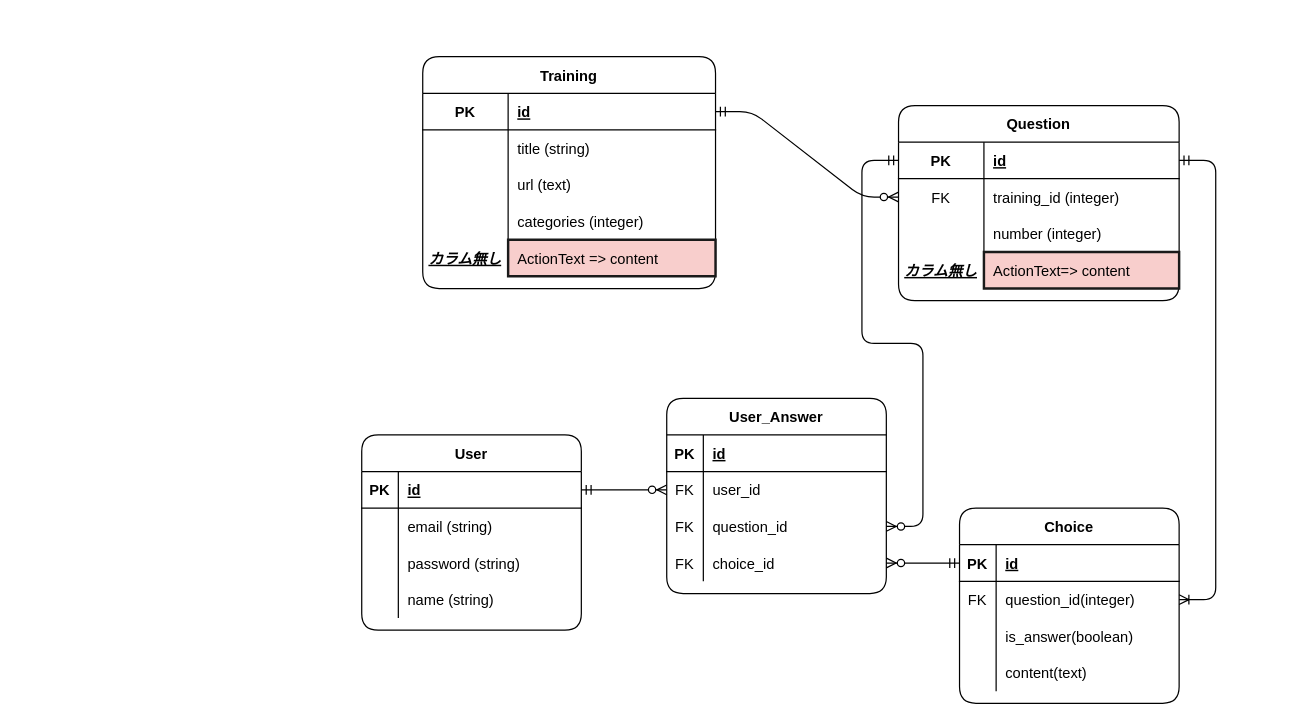
The draw.io diagram page "自分アプリ用" (1 of 2) of models.drawio in Yuluki-10/quiz-app, before the edit. Source tidied: cells renumbered, new cells numbered last; positions are measured from the earlier drawing's top-left corner, leaving out a move shared by most shapes. Both pictures are drawn from the tidied source at 122%, with x=0, y=0 at pixel (361, 56).
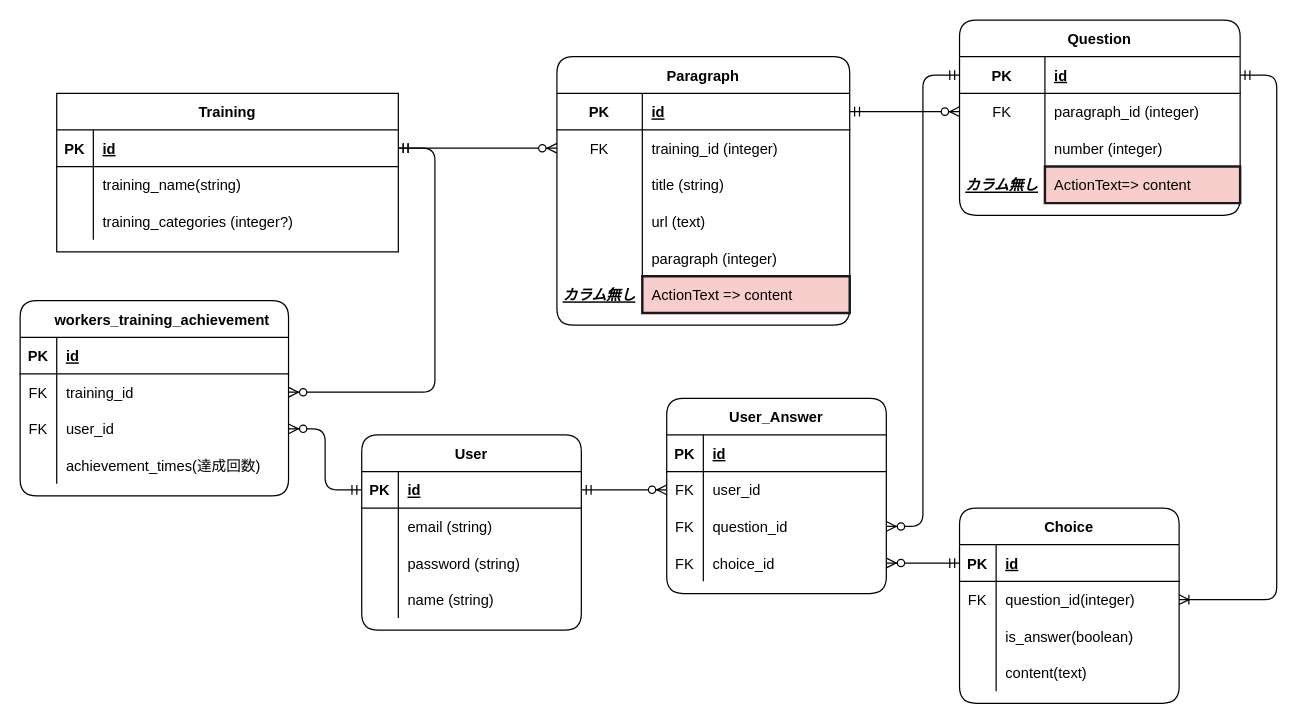
The same diagram, later.

The change refers to these unchanged cells:
```xml
<mxCell id="6" style="shape=partialRectangle;fillColor=none;top=0;left=0;bottom=0;right=0;points=[[0,0.5],[1,0.5]];portConstraint=eastwest;rounded=1;" parent="2" vertex="1">
  <mxGeometry y="60" width="240" height="30" as="geometry" />
</mxCell>
<mxCell id="19" style="shape=partialRectangle;fillColor=none;top=0;left=0;bottom=1;right=0;points=[[0,0.5],[1,0.5]];portConstraint=eastwest;rounded=1;" parent="18" vertex="1">
  <mxGeometry y="30" width="230" height="30" as="geometry" />
</mxCell>
<mxCell id="22" style="shape=partialRectangle;fillColor=none;top=0;left=0;bottom=0;right=0;points=[[0,0.5],[1,0.5]];portConstraint=eastwest;rounded=1;" parent="18" vertex="1">
  <mxGeometry y="60" width="230" height="30" as="geometry" />
</mxCell>
<mxCell id="32" style="shape=partialRectangle;fillColor=none;top=0;left=0;bottom=1;right=0;points=[[0,0.5],[1,0.5]];portConstraint=eastwest;rounded=1;" parent="31" vertex="1">
  <mxGeometry y="30" width="180" height="30" as="geometry" />
</mxCell>
<mxCell id="48" style="shape=partialRectangle;fillColor=none;top=0;left=0;bottom=0;right=0;points=[[0,0.5],[1,0.5]];portConstraint=eastwest;rounded=1;" parent="44" vertex="1">
  <mxGeometry y="60" width="180" height="30" as="geometry" />
</mxCell>
```

The edit, as a diff of the source:
```diff
@@
-    <mxCell id="2" value="Training" style="shape=table;startSize=30;childLayout=tableLayout;rowLines=0;fontStyle=1;align=center;rounded=1;" parent="1" vertex="1">
-      <mxGeometry x="50" width="240" height="190" as="geometry" />
+    <mxCell id="2" value="Paragraph" style="shape=table;startSize=30;childLayout=tableLayout;rowLines=0;fontStyle=1;align=center;rounded=1;" parent="1" vertex="1">
+      <mxGeometry x="160" width="240" height="220" as="geometry" />
     </mxCell>
@@
-    <mxCell id="7" style="shape=partialRectangle;fillColor=none;top=0;left=0;bottom=0;right=0;overflow=hidden;rounded=1;" parent="6" vertex="1">
+    <mxCell id="7" value="FK" style="shape=partialRectangle;fillColor=none;top=0;left=0;bottom=0;right=0;overflow=hidden;rounded=1;" parent="6" vertex="1">
       <mxGeometry width="70" height="30" as="geometry" />
     </mxCell>
-    <mxCell id="8" value="title (string)" style="shape=partialRectangle;fillColor=none;top=0;left=0;bottom=0;right=0;align=left;spacingLeft=6;overflow=hidden;rounded=1;" parent="6" vertex="1">
+    <mxCell id="8" value="training_id (integer)" style="shape=partialRectangle;fillColor=none;top=0;left=0;bottom=0;right=0;align=left;spacingLeft=6;overflow=hidden;rounded=1;" parent="6" vertex="1">
       <mxGeometry x="70" width="170" height="30" as="geometry" />
     </mxCell>
+    <mxCell id="75" style="shape=partialRectangle;fillColor=none;top=0;left=0;bottom=0;right=0;rounded=1;" parent="2" vertex="1">
+      <mxGeometry y="90" width="240" height="30" as="geometry" />
+    </mxCell>
+    <mxCell id="76" style="shape=partialRectangle;fillColor=none;top=0;left=0;bottom=0;right=0;overflow=hidden;rounded=1;" parent="75" vertex="1">
+      <mxGeometry width="70" height="30" as="geometry" />
+    </mxCell>
+    <mxCell id="77" value="title (string)" style="shape=partialRectangle;fillColor=none;top=0;left=0;bottom=0;right=0;align=left;spacingLeft=6;overflow=hidden;rounded=1;" parent="75" vertex="1">
+      <mxGeometry x="70" width="170" height="30" as="geometry" />
+    </mxCell>
     <mxCell id="9" style="shape=partialRectangle;fillColor=none;top=0;left=0;bottom=0;right=0;rounded=1;" parent="2" vertex="1">
-      <mxGeometry y="90" width="240" height="30" as="geometry" />
+      <mxGeometry y="120" width="240" height="30" as="geometry" />
     </mxCell>
@@
     <mxCell id="12" style="shape=partialRectangle;fillColor=none;top=0;left=0;bottom=0;right=0;rounded=1;" parent="2" vertex="1">
-      <mxGeometry y="120" width="240" height="30" as="geometry" />
+      <mxGeometry y="150" width="240" height="30" as="geometry" />
     </mxCell>
@@
-    <mxCell id="14" value="categories (integer)" style="shape=partialRectangle;fillColor=none;top=0;left=0;bottom=0;right=0;align=left;spacingLeft=6;overflow=hidden;rounded=1;" parent="12" vertex="1">
+    <mxCell id="14" value="paragraph (integer)" style="shape=partialRectangle;fillColor=none;top=0;left=0;bottom=0;right=0;align=left;spacingLeft=6;overflow=hidden;rounded=1;" parent="12" vertex="1">
       <mxGeometry x="70" width="170" height="30" as="geometry" />
     </mxCell>
     <mxCell id="15" style="shape=partialRectangle;fillColor=none;top=0;left=0;bottom=0;right=0;rounded=1;fontStyle=1;" parent="2" vertex="1">
-      <mxGeometry y="150" width="240" height="30" as="geometry" />
+      <mxGeometry y="180" width="240" height="30" as="geometry" />
     </mxCell>
@@
     <mxCell id="18" value="Question" style="shape=table;startSize=30;childLayout=tableLayout;rowLines=0;fontStyle=1;align=center;rounded=1;" parent="1" vertex="1">
-      <mxGeometry x="440" y="40" width="230" height="160" as="geometry" />
+      <mxGeometry x="490" y="-30" width="230" height="160" as="geometry" />
     </mxCell>
@@
-    <mxCell id="24" value="training_id (integer)" style="shape=partialRectangle;fillColor=none;top=0;left=0;bottom=0;right=0;align=left;spacingLeft=6;overflow=hidden;rounded=1;" parent="22" vertex="1">
+    <mxCell id="24" value="paragraph_id (integer)" style="shape=partialRectangle;fillColor=none;top=0;left=0;bottom=0;right=0;align=left;spacingLeft=6;overflow=hidden;rounded=1;" parent="22" vertex="1">
       <mxGeometry x="70" width="160" height="30" as="geometry" />
     </mxCell>
@@
-    <mxCell id="73" style="edgeStyle=entityRelationEdgeStyle;fontSize=12;html=1;endArrow=ERoneToMany;startArrow=ERmandOne;exitX=1;exitY=0.5;exitDx=0;exitDy=0;entryX=1;entryY=0.5;entryDx=0;entryDy=0;rounded=1;" parent="1" edge="1" source="19" target="48">
+    <mxCell id="73" style="edgeStyle=entityRelationEdgeStyle;fontSize=12;html=1;endArrow=ERoneToMany;startArrow=ERmandOne;entryX=1;entryY=0.5;entryDx=0;entryDy=0;rounded=1;" parent="1" edge="1" source="19" target="48">
       <mxGeometry relative="1" as="geometry" />
     </mxCell>
@@
+    <mxCell id="78" value="Training" style="shape=table;startSize=30;childLayout=tableLayout;rowLines=0;fontStyle=1;align=center;" parent="1" vertex="1">
+      <mxGeometry x="-250" y="30" width="280" height="130" as="geometry" />
+    </mxCell>
+    <mxCell id="79" style="shape=partialRectangle;fillColor=none;top=0;left=0;bottom=1;right=0;points=[[0,0.5],[1,0.5]];portConstraint=eastwest;" parent="78" vertex="1">
+      <mxGeometry y="30" width="280" height="30" as="geometry" />
+    </mxCell>
+    <mxCell id="80" value="PK" style="shape=partialRectangle;fillColor=none;top=0;left=0;bottom=0;right=0;fontStyle=1;overflow=hidden;" parent="79" vertex="1">
+      <mxGeometry width="30" height="30" as="geometry" />
+    </mxCell>
+    <mxCell id="81" value="id" style="shape=partialRectangle;fillColor=none;top=0;left=0;bottom=0;right=0;align=left;spacingLeft=6;fontStyle=5;overflow=hidden;" parent="79" vertex="1">
+      <mxGeometry x="30" width="250" height="30" as="geometry" />
+    </mxCell>
+    <mxCell id="82" style="shape=partialRectangle;fillColor=none;top=0;left=0;bottom=0;right=0;" parent="78" vertex="1">
+      <mxGeometry y="60" width="280" height="30" as="geometry" />
+    </mxCell>
+    <mxCell id="83" style="shape=partialRectangle;fillColor=none;top=0;left=0;bottom=0;right=0;overflow=hidden;" parent="82" vertex="1">
+      <mxGeometry width="30" height="30" as="geometry" />
+    </mxCell>
+    <mxCell id="84" value="training_name(string)" style="shape=partialRectangle;fillColor=none;top=0;left=0;bottom=0;right=0;align=left;spacingLeft=6;overflow=hidden;" parent="82" vertex="1">
+      <mxGeometry x="30" width="250" height="30" as="geometry" />
+    </mxCell>
+    <mxCell id="85" style="shape=partialRectangle;fillColor=none;top=0;left=0;bottom=0;right=0;" parent="78" vertex="1">
+      <mxGeometry y="90" width="280" height="30" as="geometry" />
+    </mxCell>
+    <mxCell id="86" style="shape=partialRectangle;fillColor=none;top=0;left=0;bottom=0;right=0;overflow=hidden;" parent="85" vertex="1">
+      <mxGeometry width="30" height="30" as="geometry" />
+    </mxCell>
+    <mxCell id="87" value="training_categories (integer?)" style="shape=partialRectangle;fillColor=none;top=0;left=0;bottom=0;right=0;align=left;spacingLeft=6;overflow=hidden;" parent="85" vertex="1">
+      <mxGeometry x="30" width="250" height="30" as="geometry" />
+    </mxCell>
+    <mxCell id="88" style="edgeStyle=entityRelationEdgeStyle;fontSize=12;html=1;endArrow=ERzeroToMany;startArrow=ERmandOne;" parent="1" edge="1" source="79" target="6">
+      <mxGeometry relative="1" as="geometry" />
+    </mxCell>
+    <mxCell id="89" value="    workers_training_achievement" style="shape=table;startSize=30;childLayout=tableLayout;rowLines=0;fontStyle=1;align=center;rounded=1;" parent="1" vertex="1">
+      <mxGeometry x="-280" y="200" width="220" height="160" as="geometry" />
+    </mxCell>
+    <mxCell id="90" style="shape=partialRectangle;fillColor=none;top=0;left=0;bottom=1;right=0;rounded=1;" parent="89" vertex="1">
+      <mxGeometry y="30" width="220" height="30" as="geometry" />
+    </mxCell>
+    <mxCell id="91" value="PK" style="shape=partialRectangle;fillColor=none;top=0;left=0;bottom=0;right=0;fontStyle=1;overflow=hidden;rounded=1;" parent="90" vertex="1">
+      <mxGeometry width="30" height="30" as="geometry" />
+    </mxCell>
+    <mxCell id="92" value="id" style="shape=partialRectangle;fillColor=none;top=0;left=0;bottom=0;right=0;align=left;spacingLeft=6;fontStyle=5;overflow=hidden;rounded=1;" parent="90" vertex="1">
+      <mxGeometry x="30" width="190" height="30" as="geometry" />
+    </mxCell>
+    <mxCell id="93" style="shape=partialRectangle;fillColor=none;top=0;left=0;bottom=0;right=0;points=[[0,0.5],[1,0.5]];portConstraint=eastwest;rounded=1;" parent="89" vertex="1">
+      <mxGeometry y="60" width="220" height="30" as="geometry" />
+    </mxCell>
+    <mxCell id="94" value="FK" style="shape=partialRectangle;fillColor=none;top=0;left=0;bottom=0;right=0;overflow=hidden;rounded=1;" parent="93" vertex="1">
+      <mxGeometry width="30" height="30" as="geometry" />
+    </mxCell>
+    <mxCell id="95" value="training_id" style="shape=partialRectangle;fillColor=none;top=0;left=0;bottom=0;right=0;align=left;spacingLeft=6;overflow=hidden;rounded=1;" parent="93" vertex="1">
+      <mxGeometry x="30" width="190" height="30" as="geometry" />
+    </mxCell>
+    <mxCell id="96" style="shape=partialRectangle;fillColor=none;top=0;left=0;bottom=0;right=0;points=[[0,0.5],[1,0.5]];portConstraint=eastwest;rounded=1;" parent="89" vertex="1">
+      <mxGeometry y="90" width="220" height="30" as="geometry" />
+    </mxCell>
+    <mxCell id="97" value="FK" style="shape=partialRectangle;fillColor=none;top=0;left=0;bottom=0;right=0;overflow=hidden;rounded=1;" parent="96" vertex="1">
+      <mxGeometry width="30" height="30" as="geometry" />
+    </mxCell>
+    <mxCell id="98" value="user_id" style="shape=partialRectangle;fillColor=none;top=0;left=0;bottom=0;right=0;align=left;spacingLeft=6;overflow=hidden;rounded=1;" parent="96" vertex="1">
+      <mxGeometry x="30" width="190" height="30" as="geometry" />
+    </mxCell>
+    <mxCell id="99" style="shape=partialRectangle;fillColor=none;top=0;left=0;bottom=0;right=0;rounded=1;" parent="89" vertex="1">
+      <mxGeometry y="120" width="220" height="30" as="geometry" />
+    </mxCell>
+    <mxCell id="100" style="shape=partialRectangle;fillColor=none;top=0;left=0;bottom=0;right=0;overflow=hidden;rounded=1;" parent="99" vertex="1">
+      <mxGeometry width="30" height="30" as="geometry" />
+    </mxCell>
+    <mxCell id="101" value="achievement_times(達成回数)" style="shape=partialRectangle;fillColor=none;top=0;left=0;bottom=0;right=0;align=left;spacingLeft=6;overflow=hidden;rounded=1;" parent="99" vertex="1">
+      <mxGeometry x="30" width="190" height="30" as="geometry" />
+    </mxCell>
+    <mxCell id="102" style="edgeStyle=entityRelationEdgeStyle;fontSize=12;html=1;endArrow=ERzeroToMany;startArrow=ERmandOne;entryX=1;entryY=0.5;entryDx=0;entryDy=0;" parent="1" edge="1" source="79" target="93">
+      <mxGeometry relative="1" as="geometry" />
+    </mxCell>
+    <mxCell id="103" style="edgeStyle=entityRelationEdgeStyle;fontSize=12;html=1;endArrow=ERzeroToMany;startArrow=ERmandOne;" parent="1" edge="1" source="32" target="96">
+      <mxGeometry relative="1" as="geometry" />
+    </mxCell>
```
